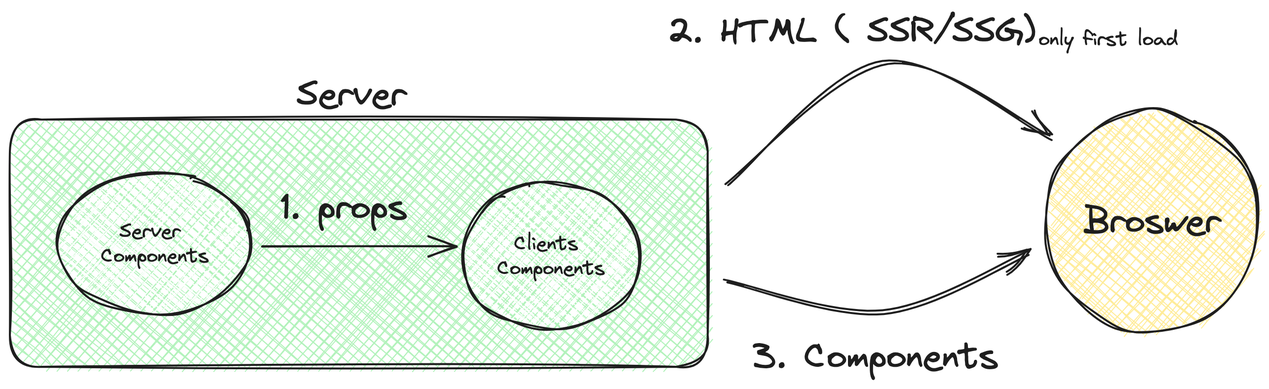
Before: public/assets/images/simplifying-rsc/after.png, a diagram exported from Excalidraw (LiuuY/blog-site). Source tidied: one line per element, renumbered; positions are measured from the earlier drawing's top-left corner, leaving out a move shared by most shapes. The source it was exported from:
```json
{"id": 0, "type": "ellipse", "strokeColor": "#1e1e1e", "backgroundColor": "#ffec99", "fillStyle": "cross-hatch", "strokeWidth": 2, "roughness": 2, "round": true, "x": 1048, "y": 103, "width": 217, "height": 225}
{"id": 1, "type": "text", "text": "Broswer", "strokeColor": "#1e1e1e", "strokeWidth": 2, "roughness": 2, "fontSize": 36, "fontFamily": 1, "textAlign": "center", "verticalAlign": "middle", "inside": 0, "x": 1088, "y": 193, "width": 138, "height": 45}
{"id": 2, "type": "arrow", "strokeColor": "#1e1e1e", "strokeWidth": 2, "roughness": 2, "endArrowhead": "arrow", "round": true, "from": 4, "to": 0, "x": 726, "y": 175, "width": 329, "height": 122, "points": [[0, 0], [159, -122], [329, -45]]}
{"id": 3, "type": "text", "text": "2. HTML ( SSR/SSG)", "strokeColor": "#1e1e1e", "strokeWidth": 2, "roughness": 2, "fontSize": 36, "fontFamily": 1, "textAlign": "center", "x": 666, "y": 0, "width": 373, "height": 45}
{"id": 4, "type": "rectangle", "strokeColor": "#1e1e1e", "backgroundColor": "#b2f2bb", "fillStyle": "cross-hatch", "strokeWidth": 2, "roughness": 2, "round": true, "x": 0, "y": 111, "width": 707, "height": 250}
{"id": 5, "type": "arrow", "strokeColor": "#1e1e1e", "strokeWidth": 2, "roughness": 2, "endArrowhead": "arrow", "round": true, "from": 4, "to": 0, "x": 727, "y": 277, "width": 303, "height": 60, "points": [[0, 0], [157, 29], [303, -31]]}
{"id": 6, "type": "text", "text": "3. Components", "strokeColor": "#1e1e1e", "strokeWidth": 2, "roughness": 2, "fontSize": 36, "fontFamily": 1, "textAlign": "center", "x": 752, "y": 329, "width": 249, "height": 45}
{"id": 7, "type": "text", "text": "only first load", "strokeColor": "#1e1e1e", "strokeWidth": 2, "roughness": 2, "fontSize": 20, "fontFamily": 1, "textAlign": "center", "x": 1042, "y": 18, "width": 141, "height": 25}
{"id": 8, "type": "text", "text": "Server", "strokeColor": "#1e1e1e", "strokeWidth": 2, "roughness": 2, "fontSize": 36, "fontFamily": 1, "textAlign": "center", "x": 290, "y": 64, "width": 111, "height": 45}
{"id": 9, "type": "ellipse", "strokeColor": "#1e1e1e", "backgroundColor": "#ffffff", "fillStyle": "cross-hatch", "strokeWidth": 2, "roughness": 2, "round": true, "x": 49, "y": 165, "width": 196, "height": 144}
{"id": 10, "type": "text", "text": "Server \nComponents", "strokeColor": "#1e1e1e", "strokeWidth": 2, "roughness": 2, "fontSize": 20, "fontFamily": 1, "textAlign": "center", "verticalAlign": "middle", "inside": 9, "x": 92, "y": 212, "width": 109, "height": 50}
{"id": 11, "type": "ellipse", "strokeColor": "#1e1e1e", "backgroundColor": "#ffffff", "fillStyle": "cross-hatch", "strokeWidth": 2, "roughness": 2, "round": true, "x": 458, "y": 175, "width": 181, "height": 150}
{"id": 12, "type": "text", "text": "Clients \nComponents", "strokeColor": "#1e1e1e", "strokeWidth": 2, "roughness": 2, "fontSize": 20, "fontFamily": 1, "textAlign": "center", "verticalAlign": "middle", "inside": 11, "x": 494, "y": 225, "width": 109, "height": 50}
{"id": 13, "type": "arrow", "strokeColor": "#1e1e1e", "strokeWidth": 2, "roughness": 2, "endArrowhead": "arrow", "round": true, "from": 9, "to": 11, "x": 255, "y": 240, "width": 197, "height": 0, "points": [[0, 0], [197, 0]]}
{"id": 14, "type": "text", "text": "1. props", "strokeColor": "#1e1e1e", "strokeWidth": 2, "roughness": 2, "fontSize": 36, "fontFamily": 1, "textAlign": "center", "x": 274, "y": 178, "width": 128, "height": 45}
```
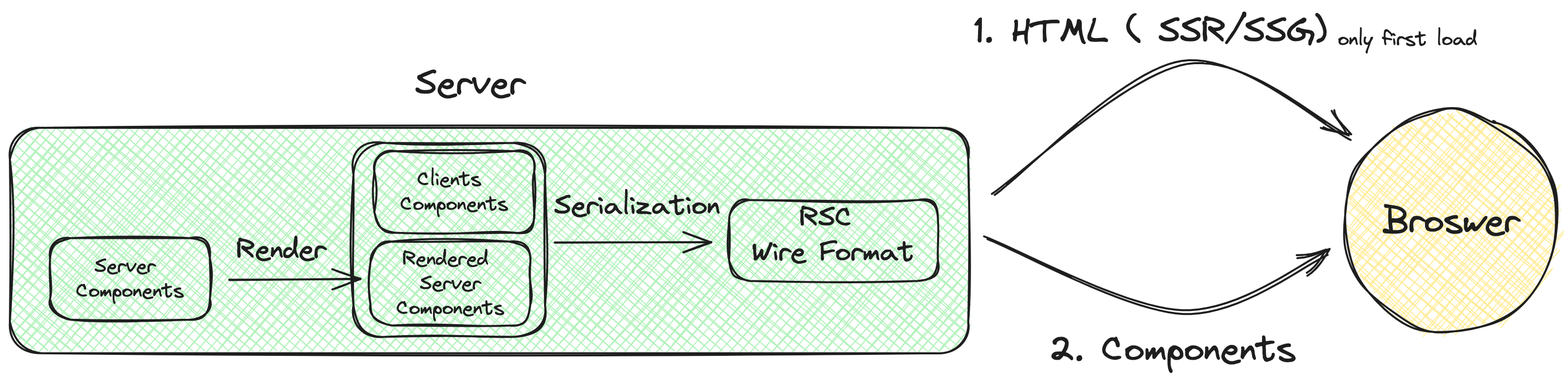
Later version of the same file.

The edit, as a diff of the source:
```diff
@@ -1,15 +1,22 @@
 {"id": 0, "type": "ellipse", "strokeColor": "#1e1e1e", "backgroundColor": "#ffec99", "fillStyle": "cross-hatch", "strokeWidth": 2, "roughness": 2, "round": true, "x": 1048, "y": 103, "width": 217, "height": 225}
 {"id": 1, "type": "text", "text": "Broswer", "strokeColor": "#1e1e1e", "strokeWidth": 2, "roughness": 2, "fontSize": 36, "fontFamily": 1, "textAlign": "center", "verticalAlign": "middle", "inside": 0, "x": 1088, "y": 193, "width": 138, "height": 45}
+{"id": 15, "type": "rectangle", "strokeColor": "#1e1e1e", "backgroundColor": "#b2f2bb", "fillStyle": "cross-hatch", "strokeWidth": 2, "roughness": 2, "round": true, "x": -303, "y": 119, "width": 971, "height": 228}
-{"id": 2, "type": "arrow", "strokeColor": "#1e1e1e", "strokeWidth": 2, "roughness": 2, "endArrowhead": "arrow", "round": true, "from": 4, "to": 0, "x": 726, "y": 175, "width": 329, "height": 122, "points": [[0, 0], [159, -122], [329, -45]]}
+{"id": 2, "type": "arrow", "strokeColor": "#1e1e1e", "strokeWidth": 2, "roughness": 2, "endArrowhead": "arrow", "round": true, "from": 15, "to": 0, "x": 693, "y": 185, "width": 362, "height": 132, "points": [[0, 0], [192, -132], [362, -55]]}
-{"id": 3, "type": "text", "text": "2. HTML ( SSR/SSG)", "strokeColor": "#1e1e1e", "strokeWidth": 2, "roughness": 2, "fontSize": 36, "fontFamily": 1, "textAlign": "center", "x": 666, "y": 0, "width": 373, "height": 45}
+{"id": 3, "type": "text", "text": "1. HTML ( SSR/SSG)", "strokeColor": "#1e1e1e", "strokeWidth": 2, "roughness": 2, "fontSize": 36, "fontFamily": 1, "textAlign": "center", "x": 674, "y": 0, "width": 357, "height": 45}
-{"id": 4, "type": "rectangle", "strokeColor": "#1e1e1e", "backgroundColor": "#b2f2bb", "fillStyle": "cross-hatch", "strokeWidth": 2, "roughness": 2, "round": true, "x": 0, "y": 111, "width": 707, "height": 250}
-{"id": 5, "type": "arrow", "strokeColor": "#1e1e1e", "strokeWidth": 2, "roughness": 2, "endArrowhead": "arrow", "round": true, "from": 4, "to": 0, "x": 727, "y": 277, "width": 303, "height": 60, "points": [[0, 0], [157, 29], [303, -31]]}
+{"id": 5, "type": "arrow", "strokeColor": "#1e1e1e", "strokeWidth": 2, "roughness": 2, "endArrowhead": "arrow", "round": true, "from": 15, "to": 0, "x": 687, "y": 233, "width": 342, "height": 73, "points": [[0, 0], [196, 73], [342, 13]]}
-{"id": 6, "type": "text", "text": "3. Components", "strokeColor": "#1e1e1e", "strokeWidth": 2, "roughness": 2, "fontSize": 36, "fontFamily": 1, "textAlign": "center", "x": 752, "y": 329, "width": 249, "height": 45}
+{"id": 6, "type": "text", "text": "2. Components", "strokeColor": "#1e1e1e", "strokeWidth": 2, "roughness": 2, "fontSize": 36, "fontFamily": 1, "textAlign": "center", "x": 749, "y": 322, "width": 250, "height": 45}
 {"id": 7, "type": "text", "text": "only first load", "strokeColor": "#1e1e1e", "strokeWidth": 2, "roughness": 2, "fontSize": 20, "fontFamily": 1, "textAlign": "center", "x": 1042, "y": 18, "width": 141, "height": 25}
-{"id": 8, "type": "text", "text": "Server", "strokeColor": "#1e1e1e", "strokeWidth": 2, "roughness": 2, "fontSize": 36, "fontFamily": 1, "textAlign": "center", "x": 290, "y": 64, "width": 111, "height": 45}
+{"id": 8, "type": "text", "text": "Server", "strokeColor": "#1e1e1e", "strokeWidth": 2, "roughness": 2, "fontSize": 36, "fontFamily": 1, "textAlign": "center", "x": 108, "y": 53, "width": 111, "height": 45}
-{"id": 9, "type": "ellipse", "strokeColor": "#1e1e1e", "backgroundColor": "#ffffff", "fillStyle": "cross-hatch", "strokeWidth": 2, "roughness": 2, "round": true, "x": 49, "y": 165, "width": 196, "height": 144}
+{"id": 16, "type": "arrow", "strokeColor": "#1e1e1e", "strokeWidth": 2, "roughness": 2, "endArrowhead": "arrow", "round": true, "from": 18, "to": 24, "x": -80, "y": 274, "width": 133, "height": 1, "points": [[0, 0], [133, -1]]}
+{"id": 17, "type": "text", "text": "Render", "strokeColor": "#1e1e1e", "strokeWidth": 2, "roughness": 2, "fontSize": 28, "fontFamily": 1, "textAlign": "center", "x": -73, "y": 226, "width": 91, "height": 35}
+{"id": 18, "type": "rectangle", "strokeColor": "#1e1e1e", "strokeWidth": 2, "roughness": 2, "round": true, "x": -262, "y": 231, "width": 162, "height": 83}
-{"id": 10, "type": "text", "text": "Server \nComponents", "strokeColor": "#1e1e1e", "strokeWidth": 2, "roughness": 2, "fontSize": 20, "fontFamily": 1, "textAlign": "center", "verticalAlign": "middle", "inside": 9, "x": 92, "y": 212, "width": 109, "height": 50}
+{"id": 10, "type": "text", "text": "Server \nComponents", "strokeColor": "#1e1e1e", "strokeWidth": 2, "roughness": 2, "fontSize": 20, "fontFamily": 1, "textAlign": "center", "verticalAlign": "middle", "inside": 18, "x": -236, "y": 248, "width": 109, "height": 50}
-{"id": 11, "type": "ellipse", "strokeColor": "#1e1e1e", "backgroundColor": "#ffffff", "fillStyle": "cross-hatch", "strokeWidth": 2, "roughness": 2, "round": true, "x": 458, "y": 175, "width": 181, "height": 150}
+{"id": 19, "type": "rectangle", "strokeColor": "#1e1e1e", "strokeWidth": 2, "roughness": 2, "round": true, "x": 66, "y": 143, "width": 162, "height": 83}
-{"id": 12, "type": "text", "text": "Clients \nComponents", "strokeColor": "#1e1e1e", "strokeWidth": 2, "roughness": 2, "fontSize": 20, "fontFamily": 1, "textAlign": "center", "verticalAlign": "middle", "inside": 11, "x": 494, "y": 225, "width": 109, "height": 50}
+{"id": 12, "type": "text", "text": "Clients \nComponents", "strokeColor": "#1e1e1e", "strokeWidth": 2, "roughness": 2, "fontSize": 20, "fontFamily": 1, "textAlign": "center", "verticalAlign": "middle", "inside": 19, "x": 93, "y": 159, "width": 109, "height": 50}
-{"id": 13, "type": "arrow", "strokeColor": "#1e1e1e", "strokeWidth": 2, "roughness": 2, "endArrowhead": "arrow", "round": true, "from": 9, "to": 11, "x": 255, "y": 240, "width": 197, "height": 0, "points": [[0, 0], [197, 0]]}
-{"id": 14, "type": "text", "text": "1. props", "strokeColor": "#1e1e1e", "strokeWidth": 2, "roughness": 2, "fontSize": 36, "fontFamily": 1, "textAlign": "center", "x": 274, "y": 178, "width": 128, "height": 45}
+{"id": 20, "type": "arrow", "strokeColor": "#1e1e1e", "strokeWidth": 2, "roughness": 2, "endArrowhead": "arrow", "round": true, "from": 26, "to": 22, "x": 249, "y": 236, "width": 159, "height": 0, "points": [[0, 0], [159, 0]]}
+{"id": 21, "type": "text", "text": "Serialization", "strokeColor": "#1e1e1e", "strokeWidth": 2, "roughness": 2, "fontSize": 28, "fontFamily": 1, "textAlign": "center", "x": 249, "y": 181, "width": 168, "height": 35}
+{"id": 22, "type": "rectangle", "strokeColor": "#1e1e1e", "strokeWidth": 2, "roughness": 2, "round": true, "x": 426, "y": 193, "width": 211, "height": 82}
+{"id": 23, "type": "text", "text": "RSC \nWire Format", "strokeColor": "#1e1e1e", "strokeWidth": 2, "roughness": 2, "fontSize": 28, "fontFamily": 1, "textAlign": "center", "x": 449, "y": 194, "width": 164, "height": 70}
+{"id": 24, "type": "rectangle", "strokeColor": "#1e1e1e", "strokeWidth": 2, "roughness": 2, "round": true, "x": 62, "y": 235, "width": 162, "height": 85}
+{"id": 25, "type": "text", "text": "Rendered \nServer\nComponents", "strokeColor": "#1e1e1e", "strokeWidth": 2, "roughness": 2, "fontSize": 20, "fontFamily": 1, "textAlign": "center", "verticalAlign": "middle", "inside": 24, "x": 89, "y": 240, "width": 109, "height": 75}
+{"id": 26, "type": "rectangle", "strokeColor": "#1e1e1e", "strokeWidth": 2, "roughness": 2, "round": true, "x": 45, "y": 135, "width": 194, "height": 197}
```
